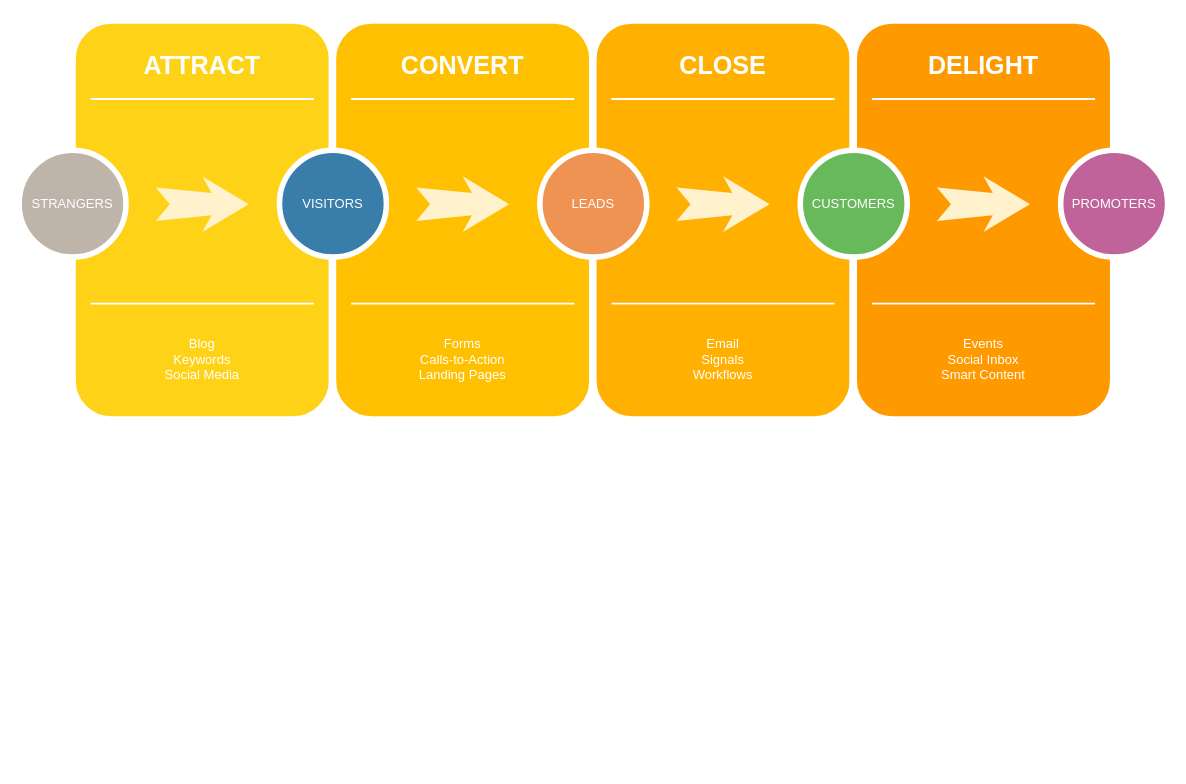
Earlier version of the draw.io diagram Untitled Diagram.drawio (k-kahraman/web-development-roadmap). Source tidied: cells renumbered, new cells numbered last; positions are measured from the earlier drawing's top-left corner, leaving out a move shared by most shapes. Both pictures are drawn from the tidied source at 93%, with x=0, y=0 at pixel (19, 20).
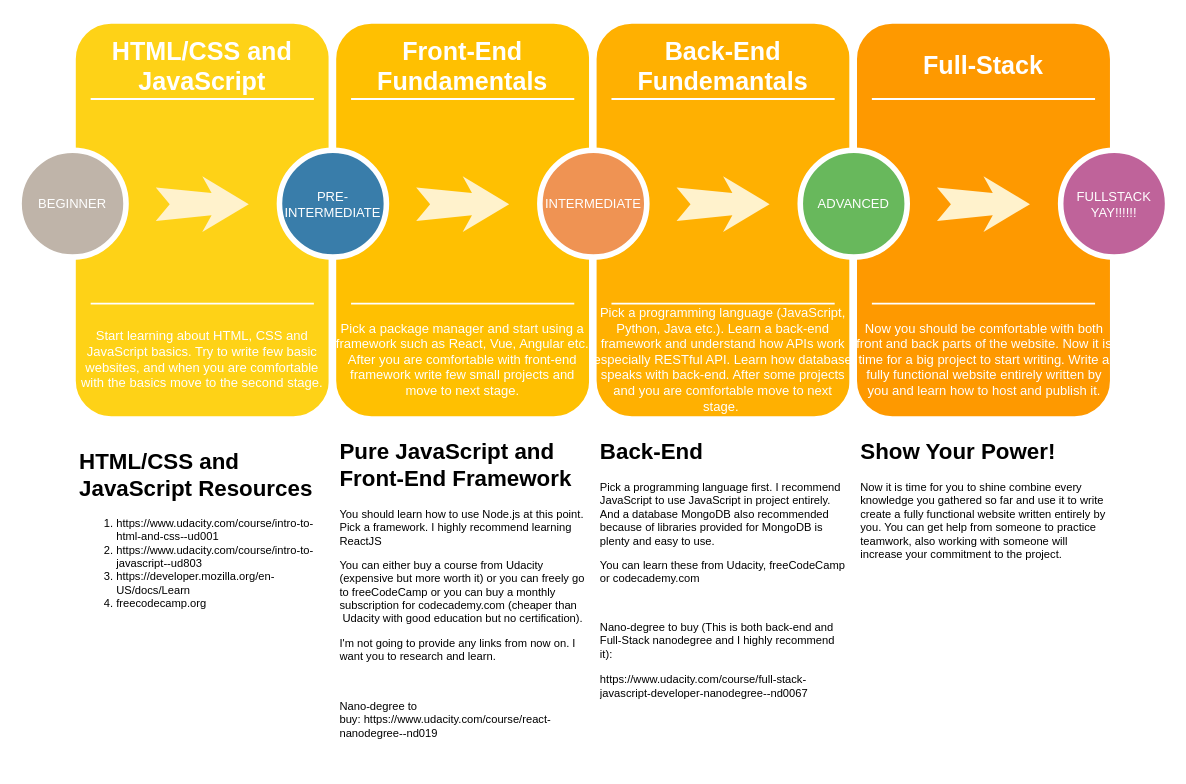
Above is the later version.

Commit message:
Update Full-Stack Developer Diagram

Change to the diagram source:
```diff
@@
-    <mxCell id="3" value="ATTRACT" style="text;html=1;strokeColor=none;fillColor=none;align=center;verticalAlign=middle;whiteSpace=wrap;rounded=0;shadow=0;fontSize=27;fontColor=#FFFFFF;fontStyle=1;" parent="1" vertex="1">
+    <mxCell id="3" value="HTML/CSS and JavaScript" style="text;html=1;strokeColor=none;fillColor=none;align=center;verticalAlign=middle;whiteSpace=wrap;rounded=0;shadow=0;fontSize=27;fontColor=#FFFFFF;fontStyle=1;" parent="1" vertex="1">
       <mxGeometry x="57" y="20" width="280" height="60" as="geometry" />
     </mxCell>
-    <mxCell id="4" value="Blog&lt;div&gt;Keywords&lt;/div&gt;&lt;div&gt;Social Media&lt;/div&gt;" style="text;html=1;strokeColor=none;fillColor=none;align=center;verticalAlign=middle;whiteSpace=wrap;rounded=0;shadow=0;fontSize=14;fontColor=#FFFFFF;" parent="1" vertex="1">
+    <mxCell id="4" value="Start learning about HTML, CSS and JavaScript basics. Try to write few basic websites, and when you are comfortable with the basics move to the second stage." style="text;html=1;strokeColor=none;fillColor=none;align=center;verticalAlign=middle;whiteSpace=wrap;rounded=0;shadow=0;fontSize=14;fontColor=#FFFFFF;" parent="1" vertex="1">
       <mxGeometry x="57" y="320" width="280" height="90" as="geometry" />
     </mxCell>
@@
-    <mxCell id="7" value="STRANGERS" style="ellipse;whiteSpace=wrap;html=1;rounded=0;shadow=0;strokeWidth=6;fontSize=14;align=center;fillColor=#BFB4A9;strokeColor=#FFFFFF;fontColor=#FFFFFF;" parent="1" vertex="1">
+    <mxCell id="7" value="BEGINNER" style="ellipse;whiteSpace=wrap;html=1;rounded=0;shadow=0;strokeWidth=6;fontSize=14;align=center;fillColor=#BFB4A9;strokeColor=#FFFFFF;fontColor=#FFFFFF;" parent="1" vertex="1">
       <mxGeometry y="140" width="115" height="115" as="geometry" />
     </mxCell>
@@
-    <mxCell id="10" value="CONVERT" style="text;html=1;strokeColor=none;fillColor=none;align=center;verticalAlign=middle;whiteSpace=wrap;rounded=0;shadow=0;fontSize=27;fontColor=#FFFFFF;fontStyle=1;" parent="1" vertex="1">
+    <mxCell id="10" value="Front-End Fundamentals" style="text;html=1;strokeColor=none;fillColor=none;align=center;verticalAlign=middle;whiteSpace=wrap;rounded=0;shadow=0;fontSize=27;fontColor=#FFFFFF;fontStyle=1;" parent="1" vertex="1">
       <mxGeometry x="337" y="20" width="280" height="60" as="geometry" />
     </mxCell>
-    <mxCell id="11" value="Forms&lt;div&gt;Calls-to-Action&lt;/div&gt;&lt;div&gt;Landing Pages&lt;/div&gt;" style="text;html=1;strokeColor=none;fillColor=none;align=center;verticalAlign=middle;whiteSpace=wrap;rounded=0;shadow=0;fontSize=14;fontColor=#FFFFFF;" parent="1" vertex="1">
+    <mxCell id="11" value="Pick a package manager and start using a framework such as React, Vue, Angular etc. After you are comfortable with front-end framework write few small projects and move to next stage." style="text;html=1;strokeColor=none;fillColor=none;align=center;verticalAlign=middle;whiteSpace=wrap;rounded=0;shadow=0;fontSize=14;fontColor=#FFFFFF;" parent="1" vertex="1">
       <mxGeometry x="337" y="320" width="280" height="90" as="geometry" />
     </mxCell>
@@
-    <mxCell id="14" value="VISITORS" style="ellipse;whiteSpace=wrap;html=1;rounded=0;shadow=0;strokeWidth=6;fontSize=14;align=center;fillColor=#397DAA;strokeColor=#FFFFFF;fontColor=#FFFFFF;" parent="1" vertex="1">
+    <mxCell id="14" value="PRE- INTERMEDIATE" style="ellipse;whiteSpace=wrap;html=1;rounded=0;shadow=0;strokeWidth=6;fontSize=14;align=center;fillColor=#397DAA;strokeColor=#FFFFFF;fontColor=#FFFFFF;" parent="1" vertex="1">
       <mxGeometry x="280" y="140" width="115" height="115" as="geometry" />
     </mxCell>
@@
-    <mxCell id="17" value="CLOSE" style="text;html=1;strokeColor=none;fillColor=none;align=center;verticalAlign=middle;whiteSpace=wrap;rounded=0;shadow=0;fontSize=27;fontColor=#FFFFFF;fontStyle=1;" parent="1" vertex="1">
+    <mxCell id="17" value="Back-End Fundemantals" style="text;html=1;strokeColor=none;fillColor=none;align=center;verticalAlign=middle;whiteSpace=wrap;rounded=0;shadow=0;fontSize=27;fontColor=#FFFFFF;fontStyle=1;" parent="1" vertex="1">
       <mxGeometry x="617" y="20" width="280" height="60" as="geometry" />
     </mxCell>
-    <mxCell id="18" value="Email&lt;div&gt;Signals&lt;/div&gt;&lt;div&gt;Workflows&lt;/div&gt;" style="text;html=1;strokeColor=none;fillColor=none;align=center;verticalAlign=middle;whiteSpace=wrap;rounded=0;shadow=0;fontSize=14;fontColor=#FFFFFF;" parent="1" vertex="1">
+    <mxCell id="18" value="Pick a programming language (JavaScript, Python, Java etc.). Learn a back-end framework and understand how APIs work especially RESTful API. Learn how database speaks with back-end. After some projects and you are comfortable move to next stage.&amp;nbsp;" style="text;html=1;strokeColor=none;fillColor=none;align=center;verticalAlign=middle;whiteSpace=wrap;rounded=0;shadow=0;fontSize=14;fontColor=#FFFFFF;" parent="1" vertex="1">
       <mxGeometry x="617" y="320" width="280" height="90" as="geometry" />
     </mxCell>
@@
-    <mxCell id="21" value="LEADS" style="ellipse;whiteSpace=wrap;html=1;rounded=0;shadow=0;strokeWidth=6;fontSize=14;align=center;fillColor=#EF9353;strokeColor=#FFFFFF;fontColor=#FFFFFF;" parent="1" vertex="1">
+    <mxCell id="21" value="INTERMEDIATE" style="ellipse;whiteSpace=wrap;html=1;rounded=0;shadow=0;strokeWidth=6;fontSize=14;align=center;fillColor=#EF9353;strokeColor=#FFFFFF;fontColor=#FFFFFF;" parent="1" vertex="1">
       <mxGeometry x="560" y="140" width="115" height="115" as="geometry" />
     </mxCell>
@@
-    <mxCell id="24" value="DELIGHT" style="text;html=1;strokeColor=none;fillColor=none;align=center;verticalAlign=middle;whiteSpace=wrap;rounded=0;shadow=0;fontSize=27;fontColor=#FFFFFF;fontStyle=1;" parent="1" vertex="1">
+    <mxCell id="24" value="Full-Stack" style="text;html=1;strokeColor=none;fillColor=none;align=center;verticalAlign=middle;whiteSpace=wrap;rounded=0;shadow=0;fontSize=27;fontColor=#FFFFFF;fontStyle=1;" parent="1" vertex="1">
       <mxGeometry x="897" y="20" width="280" height="60" as="geometry" />
     </mxCell>
-    <mxCell id="25" value="Events&lt;div&gt;Social Inbox&lt;/div&gt;&lt;div&gt;Smart Content&lt;/div&gt;" style="text;html=1;strokeColor=none;fillColor=none;align=center;verticalAlign=middle;whiteSpace=wrap;rounded=0;shadow=0;fontSize=14;fontColor=#FFFFFF;" parent="1" vertex="1">
-      <mxGeometry x="897" y="320" width="280" height="90" as="geometry" />
+    <mxCell id="25" value="Now you should be comfortable with both front and back parts of the website. Now it is time for a big project to start writing. Write a fully functional website entirely written by you and learn how to host and publish it." style="text;html=1;strokeColor=none;fillColor=none;align=center;verticalAlign=middle;whiteSpace=wrap;rounded=0;shadow=0;fontSize=14;fontColor=#FFFFFF;" parent="1" vertex="1">
+      <mxGeometry x="898" y="320" width="280" height="90" as="geometry" />
     </mxCell>
@@
-    <mxCell id="28" value="CUSTOMERS" style="ellipse;whiteSpace=wrap;html=1;rounded=0;shadow=0;strokeWidth=6;fontSize=14;align=center;fillColor=#68B85C;strokeColor=#FFFFFF;fontColor=#FFFFFF;" parent="1" vertex="1">
+    <mxCell id="28" value="ADVANCED" style="ellipse;whiteSpace=wrap;html=1;rounded=0;shadow=0;strokeWidth=6;fontSize=14;align=center;fillColor=#68B85C;strokeColor=#FFFFFF;fontColor=#FFFFFF;" parent="1" vertex="1">
       <mxGeometry x="840" y="140" width="115" height="115" as="geometry" />
     </mxCell>
@@
-    <mxCell id="30" value="PROMOTERS" style="ellipse;whiteSpace=wrap;html=1;rounded=0;shadow=0;strokeWidth=6;fontSize=14;align=center;fillColor=#BF639A;strokeColor=#FFFFFF;fontColor=#FFFFFF;" parent="1" vertex="1">
+    <mxCell id="30" value="FULLSTACK YAY!!!!!!" style="ellipse;whiteSpace=wrap;html=1;rounded=0;shadow=0;strokeWidth=6;fontSize=14;align=center;fillColor=#BF639A;strokeColor=#FFFFFF;fontColor=#FFFFFF;" parent="1" vertex="1">
       <mxGeometry x="1120" y="140" width="115" height="115" as="geometry" />
     </mxCell>
+    <mxCell id="31" value="&lt;h1&gt;HTML/CSS and JavaScript Resources&lt;/h1&gt;&lt;p&gt;&lt;div style=&quot;text-align: justify&quot;&gt;&lt;ol&gt;&lt;li&gt;https://www.udacity.com/course/intro-to-html-and-css--ud001&lt;br&gt;&lt;/li&gt;&lt;li&gt;https://www.udacity.com/course/intro-to-javascript--ud803&lt;br&gt;&lt;/li&gt;&lt;li&gt;https://developer.mozilla.org/en-US/docs/Learn&lt;br&gt;&lt;/li&gt;&lt;li&gt;freecodecamp.org&lt;/li&gt;&lt;/ol&gt;&lt;/div&gt;&lt;/p&gt;" style="text;html=1;strokeColor=none;fillColor=none;spacing=5;spacingTop=-20;whiteSpace=wrap;overflow=hidden;rounded=0;" parent="1" vertex="1">
+      <mxGeometry x="60" y="455" width="274" height="350" as="geometry" />
+    </mxCell>
+    <mxCell id="32" value="&lt;h1&gt;Pure JavaScript and Front-End Framework&lt;/h1&gt;&lt;p&gt;You should learn how to use Node.js at this point. Pick a framework. I highly recommend learning ReactJS&lt;/p&gt;&lt;p&gt;You can either buy a course from Udacity (expensive but more worth it) or you can freely go to freeCodeCamp or you can buy a monthly subscription for codecademy.com (cheaper than &amp;nbsp;Udacity with good education but no certification).&amp;nbsp;&lt;/p&gt;&lt;p&gt;I'm not going to provide any links from now on. I want you to research and learn.&lt;/p&gt;&lt;p&gt;&lt;br&gt;&lt;/p&gt;&lt;p&gt;Nano-degree to buy:&amp;nbsp;https://www.udacity.com/course/react-nanodegree--nd019&lt;/p&gt;" style="text;html=1;strokeColor=none;fillColor=none;spacing=5;spacingTop=-20;whiteSpace=wrap;overflow=hidden;rounded=0;" parent="1" vertex="1">
+      <mxGeometry x="340" y="445" width="274" height="350" as="geometry" />
+    </mxCell>
+    <mxCell id="33" value="&lt;h1&gt;Back-End&lt;/h1&gt;&lt;p&gt;Pick a programming language first. I recommend JavaScript to use JavaScript in project entirely. And a database MongoDB also recommended because of libraries provided for MongoDB is plenty and easy to use.&amp;nbsp;&lt;/p&gt;&lt;p&gt;You can learn these from Udacity, freeCodeCamp or codecademy.com&lt;/p&gt;&lt;p&gt;&lt;br&gt;&lt;/p&gt;&lt;p&gt;Nano-degree to buy (This is both back-end and Full-Stack nanodegree and I highly recommend it):&lt;/p&gt;&lt;p&gt;https://www.udacity.com/course/full-stack-javascript-developer-nanodegree--nd0067&lt;br&gt;&lt;/p&gt;" style="text;html=1;strokeColor=none;fillColor=none;spacing=5;spacingTop=-20;whiteSpace=wrap;overflow=hidden;rounded=0;" parent="1" vertex="1">
+      <mxGeometry x="620" y="445" width="274" height="350" as="geometry" />
+    </mxCell>
+    <mxCell id="34" value="&lt;h1&gt;Show Your Power!&lt;/h1&gt;&lt;p&gt;Now it is time for you to shine combine every knowledge you gathered so far and use it to write create a fully functional website written entirely by you. You can get help from someone to practice teamwork, also working with someone will increase your commitment to the project.&lt;/p&gt;" style="text;html=1;strokeColor=none;fillColor=none;spacing=5;spacingTop=-20;whiteSpace=wrap;overflow=hidden;rounded=0;" parent="1" vertex="1">
+      <mxGeometry x="900" y="445" width="274" height="350" as="geometry" />
+    </mxCell>
```
